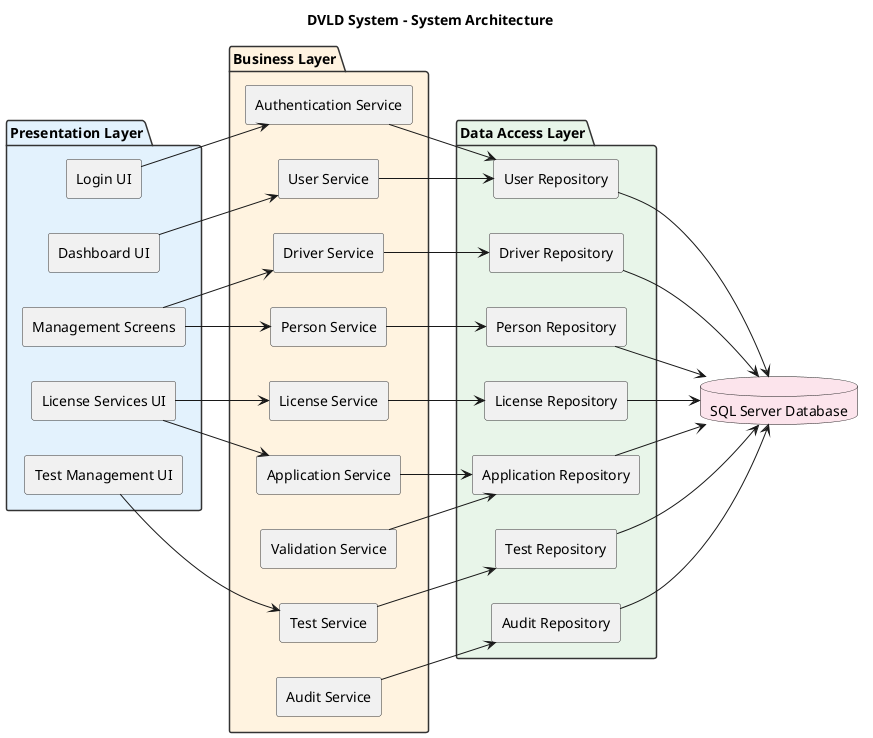
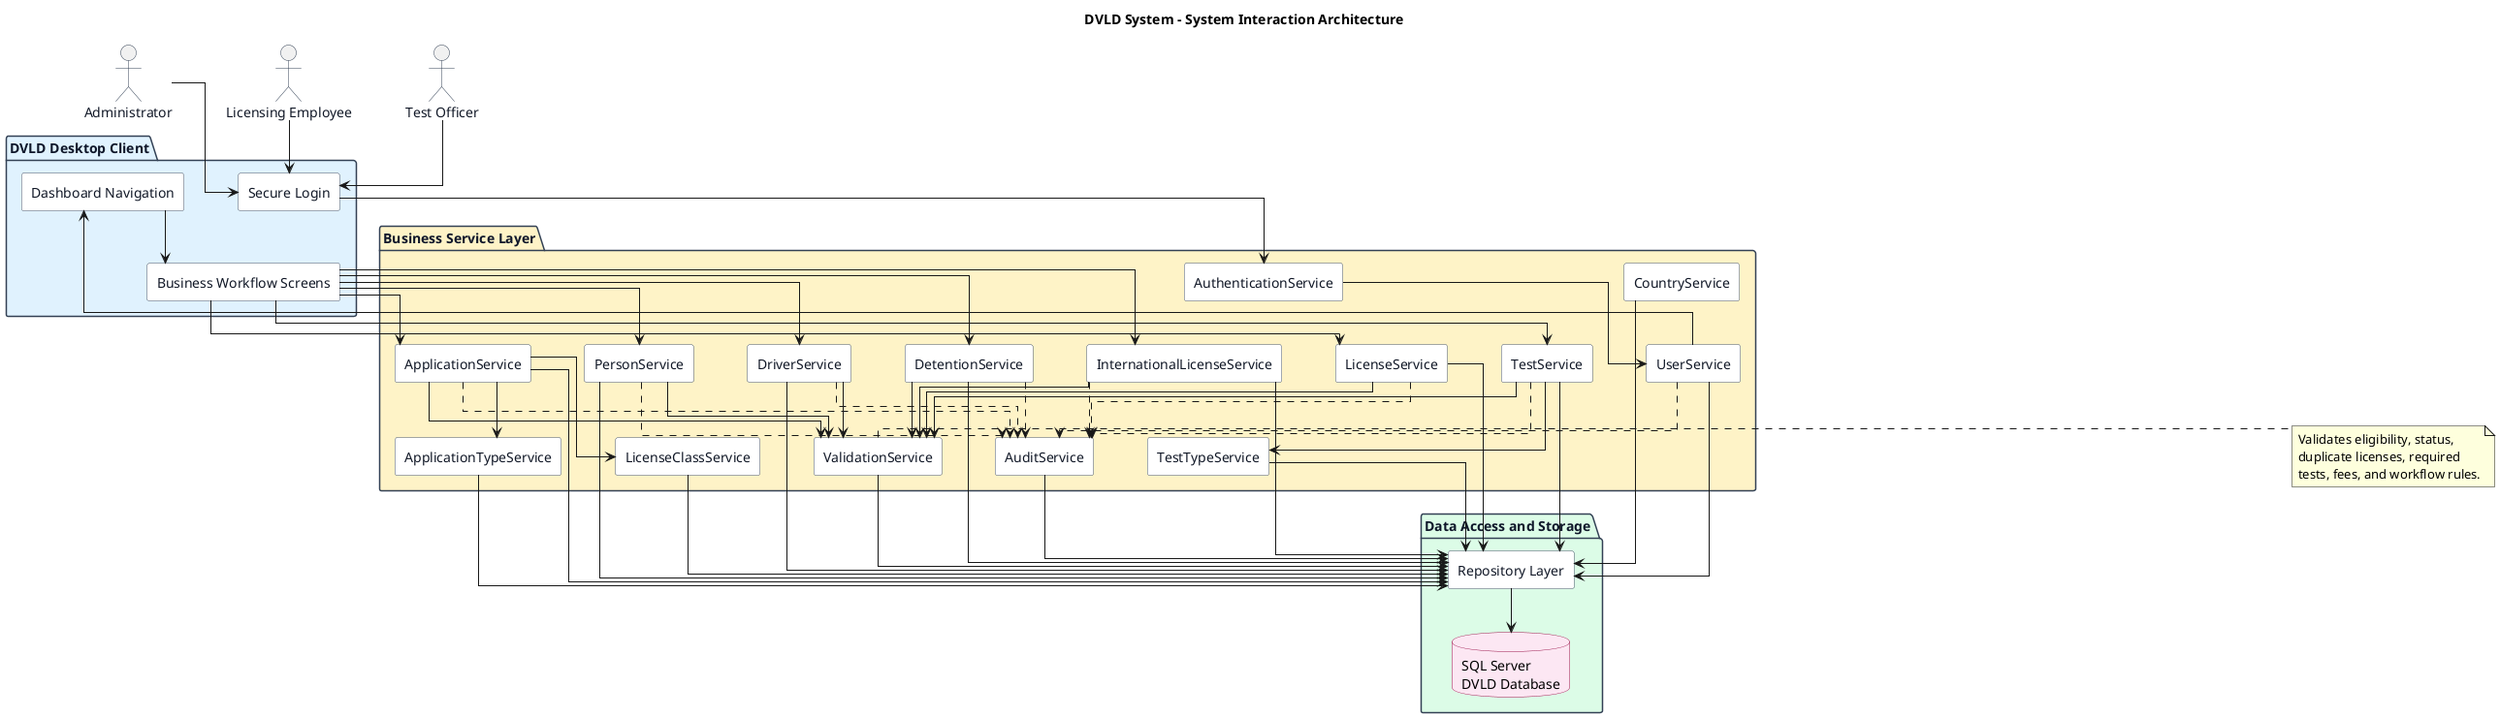
- @startuml system-architecture.puml
- title DVLD System - System Architecture
+ @startuml system-architecture
+ title DVLD System - System Interaction Architecture

- left to right direction
+ top to bottom direction
+ 
skinparam shadowing false
skinparam componentStyle rectangle
+ skinparam linetype ortho
+ skinparam backgroundColor #FFFFFF
+ skinparam nodesep 55
+ skinparam ranksep 45

+ skinparam actor {
+   BorderColor #334155
+   FontColor #111827
+ }
skinparam package {
-   BorderColor #333333
-   BackgroundColor #F8F9FA
+   BorderColor #334155
+   FontColor #0F172A
+   FontStyle bold
+ }
+ skinparam component {
+   BackgroundColor #FFFFFF
+   BorderColor #475569
+   FontColor #111827
+ }
+ skinparam database {
+   BackgroundColor #FCE7F3
+   BorderColor #9D174D
}

- skinparam component {
-   BorderColor #333333
+ actor "Administrator" as Administrator
+ actor "Licensing Employee" as LicensingEmployee
+ actor "Test Officer" as TestOfficer
+ 
+ package "DVLD Desktop Client" #E0F2FE {
+   component "Secure Login" as SecureLogin
+   component "Dashboard Navigation" as Dashboard
+   component "Business Workflow Screens" as WorkflowScreens
}

- package "Presentation Layer" #E3F2FD {
-   component "Login UI" as LoginUI
-   component "Dashboard UI" as DashboardUI
-   component "Management Screens" as ManagementUI
-   component "License Services UI" as LicenseUI
-   component "Test Management UI" as TestUI
+ package "Business Service Layer" #FEF3C7 {
+   component "AuthenticationService" as AuthenticationService
+   component "UserService" as UserService
+   component "PersonService" as PersonService
+   component "ApplicationService" as ApplicationService
+   component "LicenseService" as LicenseService
+   component "TestService" as TestService
+   component "ValidationService" as ValidationService
+   component "AuditService" as AuditService
+   component "DriverService" as DriverService
+   component "CountryService" as CountryService
+   component "ApplicationTypeService" as ApplicationTypeService
+   component "LicenseClassService" as LicenseClassService
+   component "TestTypeService" as TestTypeService
+   component "DetentionService" as DetentionService
+   component "InternationalLicenseService" as InternationalLicenseService
}

- package "Business Layer" #FFF3E0 {
-   component "Authentication Service" as AuthService
-   component "User Service" as UserService
-   component "Person Service" as PersonService
-   component "Driver Service" as DriverService
-   component "Application Service" as AppService
-   component "License Service" as LicenseService
-   component "Test Service" as TestService
-   component "Validation Service" as ValidationService
-   component "Audit Service" as AuditService
+ package "Data Access and Storage" #DCFCE7 {
+   component "Repository Layer" as RepositoryLayer
+   database "SQL Server\nDVLD Database" as SqlServer
}

- package "Data Access Layer" #E8F5E9 {
-   component "User Repository" as UserRepo
-   component "Person Repository" as PersonRepo
-   component "Driver Repository" as DriverRepo
-   component "Application Repository" as AppRepo
-   component "License Repository" as LicenseRepo
-   component "Test Repository" as TestRepo
-   component "Audit Repository" as AuditRepo
- }
+ Administrator --> SecureLogin
+ LicensingEmployee --> SecureLogin
+ TestOfficer --> SecureLogin

- database "SQL Server Database" as DB #FCE4EC
+ SecureLogin --> AuthenticationService
+ AuthenticationService --> UserService
+ UserService --> Dashboard
+ Dashboard --> WorkflowScreens

- LoginUI --> AuthService
- DashboardUI --> UserService
- ManagementUI --> PersonService
- ManagementUI --> DriverService
- LicenseUI --> AppService
- LicenseUI --> LicenseService
- TestUI --> TestService
+ WorkflowScreens --> ApplicationService
+ WorkflowScreens --> PersonService
+ WorkflowScreens --> LicenseService
+ WorkflowScreens --> TestService
+ WorkflowScreens --> DriverService
+ WorkflowScreens --> DetentionService
+ WorkflowScreens --> InternationalLicenseService

- AuthService --> UserRepo
- UserService --> UserRepo
- PersonService --> PersonRepo
- DriverService --> DriverRepo
- AppService --> AppRepo
- LicenseService --> LicenseRepo
- TestService --> TestRepo
- ValidationService --> AppRepo
- AuditService --> AuditRepo
+ ApplicationService --> ValidationService
+ PersonService --> ValidationService
+ LicenseService --> ValidationService
+ TestService --> ValidationService
+ DriverService --> ValidationService
+ DetentionService --> ValidationService
+ InternationalLicenseService --> ValidationService
+ ApplicationService --> ApplicationTypeService
+ ApplicationService --> LicenseClassService
+ TestService --> TestTypeService

- UserRepo --> DB
- PersonRepo --> DB
- DriverRepo --> DB
- AppRepo --> DB
- LicenseRepo --> DB
- TestRepo --> DB
- AuditRepo --> DB
+ ApplicationService ..> AuditService
+ PersonService ..> AuditService
+ LicenseService ..> AuditService
+ TestService ..> AuditService
+ UserService ..> AuditService
+ DriverService ..> AuditService
+ DetentionService ..> AuditService
+ InternationalLicenseService ..> AuditService

- @enduml+ UserService --> RepositoryLayer
+ PersonService --> RepositoryLayer
+ ApplicationService --> RepositoryLayer
+ LicenseService --> RepositoryLayer
+ TestService --> RepositoryLayer
+ ValidationService --> RepositoryLayer
+ AuditService --> RepositoryLayer
+ DriverService --> RepositoryLayer
+ CountryService --> RepositoryLayer
+ ApplicationTypeService --> RepositoryLayer
+ LicenseClassService --> RepositoryLayer
+ TestTypeService --> RepositoryLayer
+ DetentionService --> RepositoryLayer
+ InternationalLicenseService --> RepositoryLayer
+ 
+ RepositoryLayer --> SqlServer
+ 
+ note right of ValidationService
+ Validates eligibility, status,
+ duplicate licenses, required
+ tests, fees, and workflow rules.
+ end note
+ 
+ @enduml
